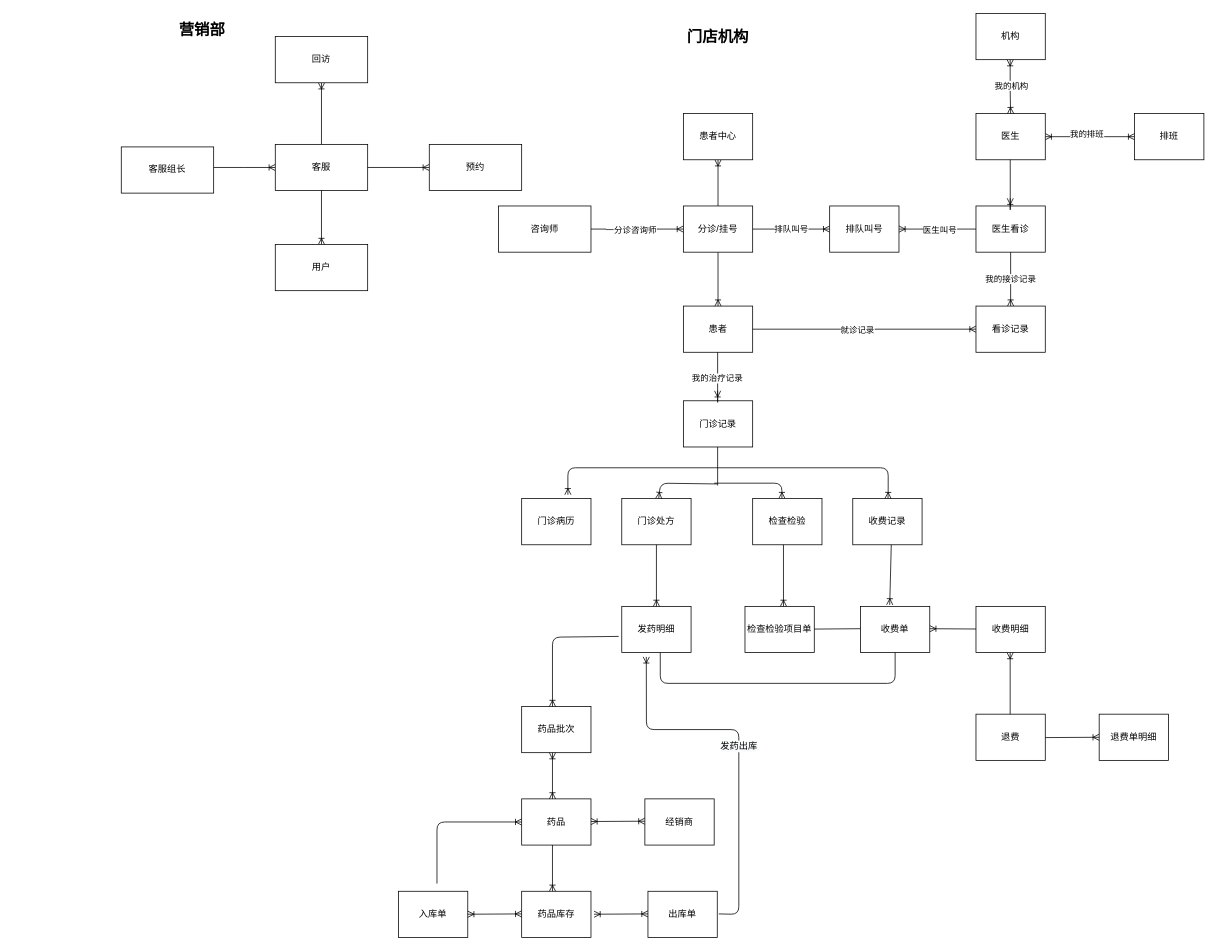
cherishsince/diagrams.net keeps this draw.io diagram as 牙管家/数据er图.drawio. Above is the earlier version. Source tidied: cells renumbered, new cells numbered last; positions are measured from the earlier drawing's top-left corner, leaving out a move shared by most shapes. Both pictures are drawn from the tidied source at 77%, with x=0, y=0 at pixel (121, 13).
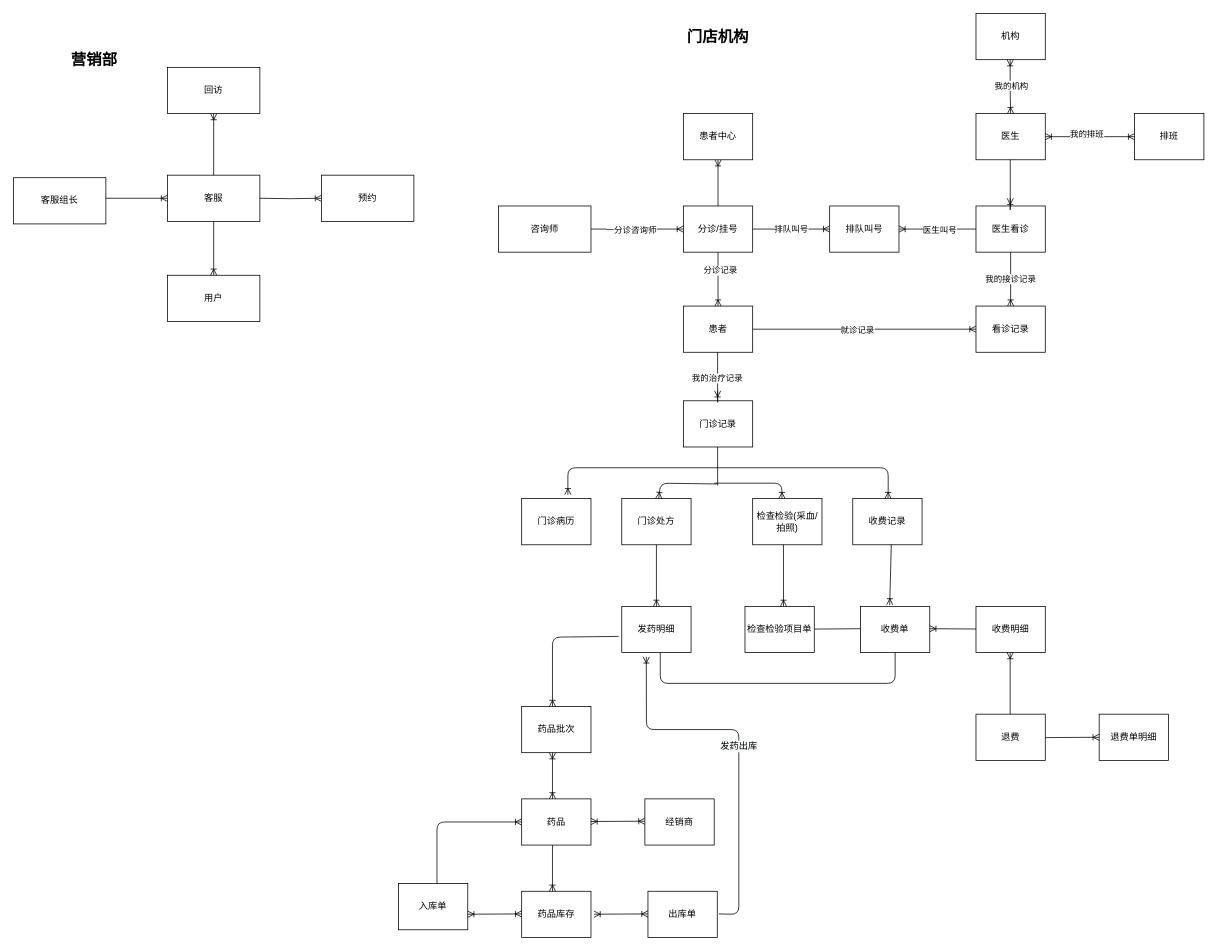
The same diagram, later.

Commit message (it also covers changes not shown here):
更新数据er图.drawio

Unchanged cells that the change refers to:
```xml
<mxCell id="18" style="edgeStyle=orthogonalEdgeStyle;rounded=0;jettySize=auto;html=1;startArrow=none;startFill=0;endArrow=ERoneToMany;endFill=0;" parent="1" edge="1" source="19" target="3">
  <mxGeometry relative="1" as="geometry" />
</mxCell>
```

Diff of the diagram source:
```diff
@@
-    <mxCell id="16" value="检查检验" style="rounded=0;whiteSpace=wrap;html=1;" parent="1" vertex="1">
+    <mxCell id="16" value="检查检验(采血/拍照)" style="rounded=0;whiteSpace=wrap;html=1;" parent="1" vertex="1">
       <mxGeometry x="820" y="630" width="90" height="60" as="geometry" />
     </mxCell>
@@
+    <mxCell id="80" value="分诊记录" style="edgeLabel;html=1;align=center;verticalAlign=middle;" parent="18" vertex="1">
+      <mxGeometry x="-0.33" y="2" relative="1" as="geometry" />
+    </mxCell>
@@
     <mxCell id="47" value="入库单" style="rounded=0;whiteSpace=wrap;html=1;" parent="1" vertex="1">
-      <mxGeometry x="360" y="1140" width="90" height="60" as="geometry" />
+      <mxGeometry x="360" y="1130" width="90" height="60" as="geometry" />
     </mxCell>
@@
     <mxCell id="66" value="客服组长" style="rounded=0;whiteSpace=wrap;html=1;" parent="1" vertex="1">
-      <mxGeometry y="173.3" width="120" height="60" as="geometry" />
+      <mxGeometry x="-140" y="213.3" width="120" height="60" as="geometry" />
     </mxCell>
     <mxCell id="67" style="edgeStyle=orthogonalEdgeStyle;rounded=0;jettySize=auto;html=1;endArrow=none;endFill=0;startArrow=ERoneToMany;startFill=0;" parent="1" edge="1" source="68">
       <mxGeometry relative="1" as="geometry">
-        <mxPoint x="120" y="200" as="targetPoint" />
+        <mxPoint x="-20" y="240" as="targetPoint" />
       </mxGeometry>
     </mxCell>
     <mxCell id="68" value="客服" style="rounded=0;whiteSpace=wrap;html=1;" parent="1" vertex="1">
-      <mxGeometry x="200" y="170" width="120" height="60" as="geometry" />
+      <mxGeometry x="60" y="210" width="120" height="60" as="geometry" />
     </mxCell>
@@
     <mxCell id="70" value="用户" style="rounded=0;whiteSpace=wrap;html=1;" parent="1" vertex="1">
-      <mxGeometry x="200" y="300" width="120" height="60" as="geometry" />
+      <mxGeometry x="60" y="340" width="120" height="60" as="geometry" />
     </mxCell>
@@
     <mxCell id="72" value="回访" style="rounded=0;whiteSpace=wrap;html=1;" parent="1" vertex="1">
-      <mxGeometry x="200" y="30" width="120" height="60" as="geometry" />
+      <mxGeometry x="60" y="70" width="120" height="60" as="geometry" />
     </mxCell>
-    <mxCell id="73" style="edgeStyle=orthogonalEdgeStyle;rounded=0;jettySize=auto;html=1;startArrow=ERoneToMany;startFill=0;endArrow=none;endFill=0;" parent="1" edge="1" source="74" target="68">
-      <mxGeometry relative="1" as="geometry" />
+    <mxCell id="73" style="edgeStyle=orthogonalEdgeStyle;rounded=0;jettySize=auto;html=1;startArrow=ERoneToMany;startFill=0;endArrow=none;endFill=0;" parent="1" edge="1" target="68">
+      <mxGeometry relative="1" as="geometry">
+        <mxPoint x="260" y="240" as="sourcePoint" />
+      </mxGeometry>
     </mxCell>
     <mxCell id="74" value="预约" style="rounded=0;whiteSpace=wrap;html=1;" parent="1" vertex="1">
-      <mxGeometry x="400" y="170" width="120" height="60" as="geometry" />
+      <mxGeometry x="260" y="210" width="120" height="60" as="geometry" />
     </mxCell>
     <mxCell id="75" value="&lt;font style=&quot;font-size: 20px&quot;&gt;&lt;b&gt;营销部&lt;/b&gt;&lt;/font&gt;" style="text;html=1;align=center;verticalAlign=middle;whiteSpace=wrap;rounded=0;" parent="1" vertex="1">
-      <mxGeometry x="60" y="10" width="90" height="20" as="geometry" />
+      <mxGeometry x="-80" y="50" width="90" height="20" as="geometry" />
     </mxCell>
```
